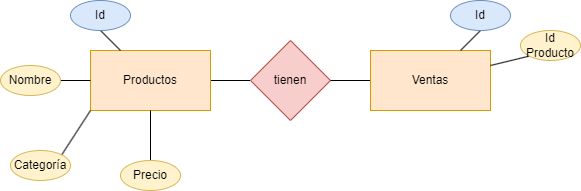
Before: tarea 4 sqlite/tarea 4 diagrama ER.drawio.png, a diagram exported from draw.io (GermanOjeda/base-datos). Source tidied: cells renumbered, new cells last; positions are measured from the earlier drawing's top-left corner, leaving out a move shared by most shapes.
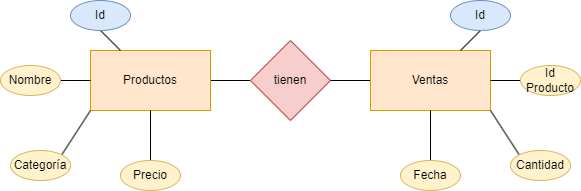
After the change.

Diff of the diagram source:
```diff
@@ -47,11 +47,23 @@
     <mxCell id="16" value="Id" style="ellipse;whiteSpace=wrap;html=1;fillColor=#dae8fc;strokeColor=#6c8ebf;" parent="1" vertex="1">
       <mxGeometry x="450" width="60" height="30" as="geometry" />
     </mxCell>
-    <mxCell id="17" style="rounded=0;jettySize=auto;html=1;exitX=0;exitY=1;exitDx=0;exitDy=0;entryX=1;entryY=0.25;entryDx=0;entryDy=0;endArrow=none;endFill=0;" parent="1" edge="1" source="18" target="6">
+    <mxCell id="17" style="rounded=0;jettySize=auto;html=1;exitX=0;exitY=0.5;exitDx=0;exitDy=0;entryX=1;entryY=0.5;entryDx=0;entryDy=0;endArrow=none;endFill=0;" parent="1" edge="1" source="18" target="6">
       <mxGeometry relative="1" as="geometry" />
     </mxCell>
     <mxCell id="18" value="Id Producto" style="ellipse;whiteSpace=wrap;html=1;fillColor=#fff2cc;strokeColor=#d6b656;" parent="1" vertex="1">
-      <mxGeometry x="520" y="30" width="60" height="30" as="geometry" />
+      <mxGeometry x="520" y="65" width="60" height="30" as="geometry" />
     </mxCell>
+    <mxCell id="19" style="rounded=0;jettySize=auto;html=1;exitX=0;exitY=0;exitDx=0;exitDy=0;entryX=1;entryY=1;entryDx=0;entryDy=0;endArrow=none;endFill=0;" parent="1" edge="1" source="20" target="6">
+      <mxGeometry relative="1" as="geometry" />
+    </mxCell>
+    <mxCell id="20" value="Cantidad" style="ellipse;whiteSpace=wrap;html=1;fillColor=#fff2cc;strokeColor=#d6b656;" parent="1" vertex="1">
+      <mxGeometry x="510" y="150" width="60" height="30" as="geometry" />
+    </mxCell>
+    <mxCell id="21" style="rounded=0;jettySize=auto;html=1;endArrow=none;endFill=0;" parent="1" edge="1" source="22" target="6">
+      <mxGeometry relative="1" as="geometry" />
+    </mxCell>
+    <mxCell id="22" value="Fecha" style="ellipse;whiteSpace=wrap;html=1;fillColor=#fff2cc;strokeColor=#d6b656;" parent="1" vertex="1">
+      <mxGeometry x="400" y="160" width="60" height="30" as="geometry" />
+    </mxCell>
   </root>
 </mxGraphModel>
```
